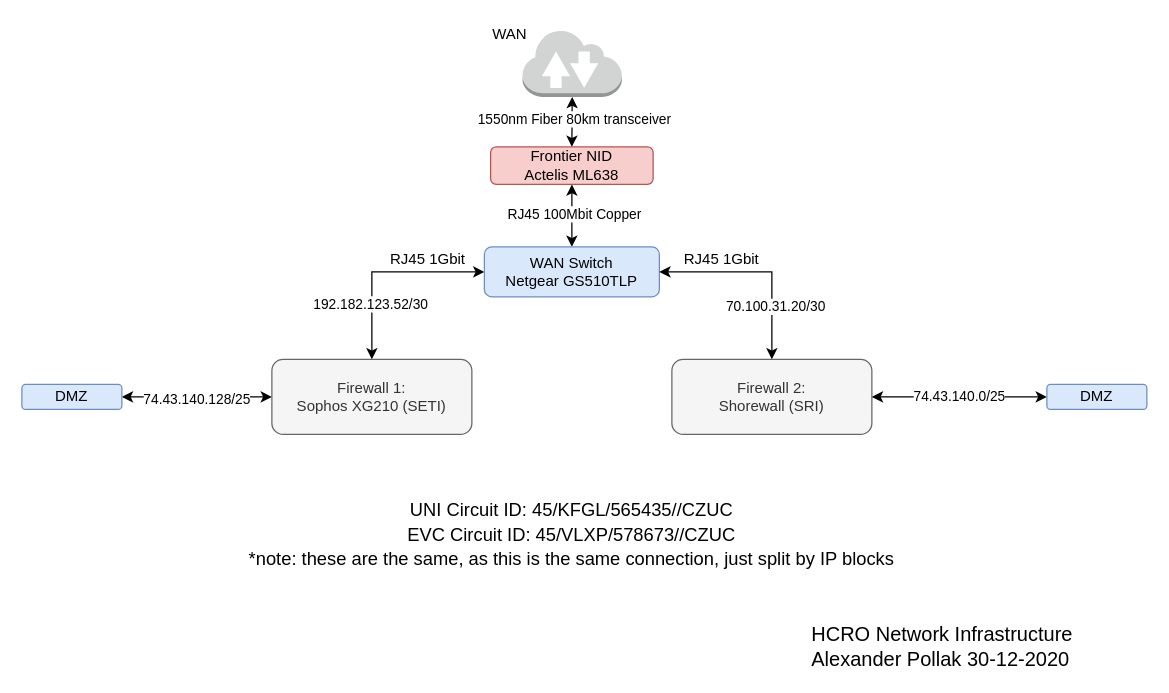
This is HCRO-Network-Infrastructure/Network-Config-Frontier.drawio from SETIatHCRO/Front-Page, a draw.io file, before an edit. Source tidied: cells renumbered, new cells numbered last; positions are measured from the earlier drawing's top-left corner, leaving out a move shared by most shapes. Both pictures are drawn from the tidied source at 125%, with x=0, y=0 at pixel (21, 21).
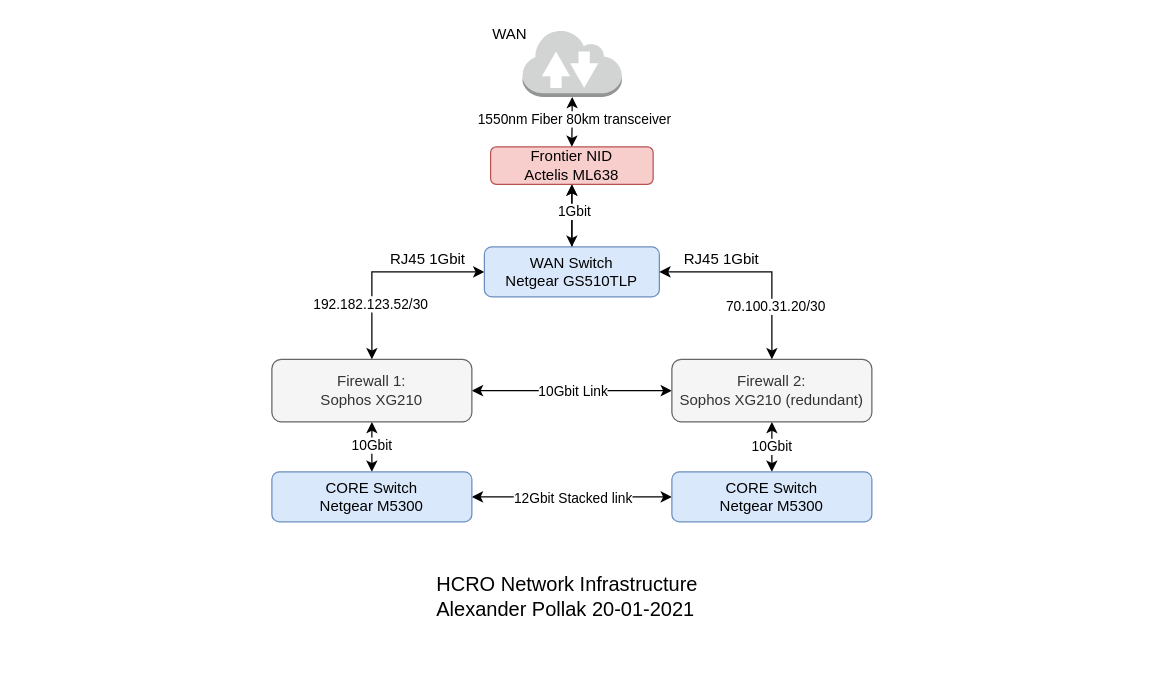
Above is the later version.

Commit message (it also covers changes not shown here):
updated network drawing WAN

The change refers to these unchanged cells:
```xml
<mxCell id="2" style="edgeStyle=none;rounded=0;jettySize=auto;html=1;exitX=0.5;exitY=1;exitDx=0;exitDy=0;exitPerimeter=0;entryX=0.5;entryY=0;entryDx=0;entryDy=0;startArrow=classic;startFill=1;" parent="1" edge="1" source="14" target="12">
  <mxGeometry relative="1" as="geometry" />
</mxCell>
<mxCell id="12" value="WAN Switch&lt;br&gt;Netgear GS510TLP" style="rounded=1;whiteSpace=wrap;html=1;fillColor=#dae8fc;strokeColor=#6c8ebf;" parent="1" vertex="1">
  <mxGeometry x="370" y="180" width="140" height="40" as="geometry" />
</mxCell>
<mxCell id="14" value="Frontier NID&lt;br&gt;Actelis ML638" style="rounded=1;whiteSpace=wrap;html=1;fillColor=#f8cecc;strokeColor=#b85450;" parent="1" vertex="1">
  <mxGeometry x="375" y="100" width="130" height="30" as="geometry" />
</mxCell>
```

What changed in the source:
```diff
@@
-    <mxCell id="3" value="RJ45 100Mbit Copper" style="edgeLabel;html=1;align=center;verticalAlign=middle;" parent="2" vertex="1">
-      <mxGeometry x="-0.08" y="1" relative="1" as="geometry" />
-    </mxCell>
@@
-    <mxCell id="5" style="edgeStyle=none;rounded=0;jettySize=auto;html=1;exitX=0;exitY=0.5;exitDx=0;exitDy=0;startArrow=classic;startFill=1;" parent="1" edge="1" source="7" target="11">
-      <mxGeometry relative="1" as="geometry" />
-    </mxCell>
-    <mxCell id="6" value="74.43.140.128/25" style="edgeLabel;html=1;align=center;verticalAlign=middle;" parent="5" vertex="1">
-      <mxGeometry x="0.01" y="1" relative="1" as="geometry" />
-    </mxCell>
+    <mxCell id="25" style="edgeStyle=orthogonalEdgeStyle;rounded=0;jettySize=auto;html=1;entryX=0;entryY=0.5;entryDx=0;entryDy=0;startArrow=classic;startFill=1;" parent="1" edge="1" source="7" target="17">
+      <mxGeometry relative="1" as="geometry" />
+    </mxCell>
+    <mxCell id="26" value="10Gbit Link" style="edgeLabel;html=1;align=center;verticalAlign=middle;" parent="25" vertex="1">
+      <mxGeometry x="-0.15" y="-1" relative="1" as="geometry">
+        <mxPoint x="12" y="-1" as="offset" />
+      </mxGeometry>
+    </mxCell>
+    <mxCell id="27" style="edgeStyle=orthogonalEdgeStyle;rounded=0;jettySize=auto;html=1;exitX=0.5;exitY=1;exitDx=0;exitDy=0;entryX=0.5;entryY=0;entryDx=0;entryDy=0;startArrow=classic;startFill=1;" parent="1" edge="1" source="7" target="34">
+      <mxGeometry relative="1" as="geometry" />
+    </mxCell>
+    <mxCell id="28" value="10Gbit" style="edgeLabel;html=1;align=center;verticalAlign=middle;" parent="27" vertex="1">
+      <mxGeometry x="-0.1" y="-1" relative="1" as="geometry" />
+    </mxCell>
-    <mxCell id="7" value="Firewall 1:&lt;br&gt;Sophos XG210 (SETI)" style="rounded=1;whiteSpace=wrap;html=1;fillColor=#f5f5f5;strokeColor=#666666;fontColor=#333333;" parent="1" vertex="1">
-      <mxGeometry x="200" y="270" width="160" height="60" as="geometry" />
+    <mxCell id="7" value="Firewall 1:&lt;br&gt;Sophos XG210" style="rounded=1;whiteSpace=wrap;html=1;fillColor=#f5f5f5;strokeColor=#666666;fontColor=#333333;" parent="1" vertex="1">
+      <mxGeometry x="200" y="270" width="160" height="50" as="geometry" />
     </mxCell>
@@
-    <mxCell id="11" value="DMZ" style="rounded=1;whiteSpace=wrap;html=1;fillColor=#dae8fc;strokeColor=#6c8ebf;" parent="1" vertex="1">
-      <mxGeometry y="290" width="80" height="20" as="geometry" />
-    </mxCell>
+    <mxCell id="29" style="edgeStyle=orthogonalEdgeStyle;rounded=0;jettySize=auto;html=1;" parent="1" edge="1" source="12" target="14">
+      <mxGeometry relative="1" as="geometry" />
+    </mxCell>
+    <mxCell id="30" value="1Gbit" style="edgeLabel;html=1;align=center;verticalAlign=middle;" parent="29" vertex="1">
+      <mxGeometry x="0.16" y="-1" relative="1" as="geometry" />
+    </mxCell>
@@
-    <mxCell id="13" value="HCRO Network Infrastructure&lt;br&gt;Alexander Pollak 30-12-2020" style="text;html=1;align=left;verticalAlign=middle;fontSize=16;" parent="1" vertex="1">
-      <mxGeometry x="630" y="480" width="220" height="40" as="geometry" />
+    <mxCell id="13" value="HCRO Network Infrastructure&lt;br&gt;Alexander Pollak 20-01-2021" style="text;html=1;align=left;verticalAlign=middle;fontSize=16;" parent="1" vertex="1">
+      <mxGeometry x="330.2" y="440" width="220" height="40" as="geometry" />
     </mxCell>
@@
+    <mxCell id="31" value="10Gbit" style="edgeStyle=orthogonalEdgeStyle;rounded=0;jettySize=auto;html=1;exitX=0.5;exitY=1;exitDx=0;exitDy=0;entryX=0.5;entryY=0;entryDx=0;entryDy=0;startArrow=classic;startFill=1;" parent="1" edge="1" source="17" target="35">
+      <mxGeometry relative="1" as="geometry" />
+    </mxCell>
-    <mxCell id="17" value="Firewall 2:&lt;br&gt;Shorewall (SRI)" style="rounded=1;whiteSpace=wrap;html=1;fillColor=#f5f5f5;strokeColor=#666666;fontColor=#333333;" parent="1" vertex="1">
-      <mxGeometry x="520" y="270" width="160" height="60" as="geometry" />
+    <mxCell id="17" value="Firewall 2:&lt;br&gt;Sophos XG210 (redundant)" style="rounded=1;whiteSpace=wrap;html=1;fillColor=#f5f5f5;strokeColor=#666666;fontColor=#333333;" parent="1" vertex="1">
+      <mxGeometry x="520" y="270" width="160" height="50" as="geometry" />
     </mxCell>
@@
-    <mxCell id="20" value="74.43.140.0/25" style="edgeStyle=orthogonalEdgeStyle;rounded=0;jettySize=auto;html=1;entryX=1;entryY=0.5;entryDx=0;entryDy=0;startArrow=classic;startFill=1;" parent="1" edge="1" source="21" target="17">
-      <mxGeometry relative="1" as="geometry" />
-    </mxCell>
-    <mxCell id="21" value="DMZ" style="rounded=1;whiteSpace=wrap;html=1;fillColor=#dae8fc;strokeColor=#6c8ebf;" parent="1" vertex="1">
-      <mxGeometry x="820" y="290" width="80" height="20" as="geometry" />
-    </mxCell>
@@
-    <mxCell id="24" value="&lt;p class=&quot;MsoNormal&quot; style=&quot;margin: 0cm ; font-size: 12pt ; font-family: &amp;#34;calibri&amp;#34; , sans-serif&quot;&gt;&lt;span style=&quot;font-size: 11pt&quot;&gt;UNI Circuit ID: 45/KFGL/565435//CZUC&lt;/span&gt;&lt;/p&gt;&lt;p class=&quot;MsoNormal&quot; style=&quot;margin: 0cm ; font-size: 12pt ; font-family: &amp;#34;calibri&amp;#34; , sans-serif&quot;&gt;&lt;span style=&quot;font-size: 11pt&quot;&gt;EVC Circuit ID: 45/VLXP/578673//CZUC&lt;/span&gt;&lt;/p&gt;&lt;span style=&quot;font-size: 11pt ; font-family: &amp;#34;calibri&amp;#34; , sans-serif&quot;&gt;*note: these are the same, as this is the same connection, just split by IP blocks&lt;/span&gt;&lt;span style=&quot;font-size: medium&quot;&gt;&lt;/span&gt;" style="text;html=1;strokeColor=none;fillColor=none;align=center;verticalAlign=middle;whiteSpace=wrap;rounded=0;" parent="1" vertex="1">
-      <mxGeometry x="115.2" y="400" width="650" height="20" as="geometry" />
-    </mxCell>
+    <mxCell id="32" style="edgeStyle=orthogonalEdgeStyle;rounded=0;jettySize=auto;html=1;exitX=1;exitY=0.5;exitDx=0;exitDy=0;entryX=0;entryY=0.5;entryDx=0;entryDy=0;startArrow=classic;startFill=1;" parent="1" edge="1" source="34" target="35">
+      <mxGeometry relative="1" as="geometry" />
+    </mxCell>
+    <mxCell id="33" value="12Gbit Stacked link" style="edgeLabel;html=1;align=center;verticalAlign=middle;" parent="32" vertex="1">
+      <mxGeometry x="0.2" y="-1" relative="1" as="geometry">
+        <mxPoint x="-16" y="-1" as="offset" />
+      </mxGeometry>
+    </mxCell>
+    <mxCell id="34" value="CORE Switch&lt;br&gt;Netgear M5300" style="rounded=1;whiteSpace=wrap;html=1;fillColor=#dae8fc;strokeColor=#6c8ebf;" parent="1" vertex="1">
+      <mxGeometry x="200" y="360" width="160" height="40" as="geometry" />
+    </mxCell>
+    <mxCell id="35" value="CORE Switch&lt;br&gt;Netgear M5300" style="rounded=1;whiteSpace=wrap;html=1;fillColor=#dae8fc;strokeColor=#6c8ebf;" parent="1" vertex="1">
+      <mxGeometry x="520" y="360" width="160" height="40" as="geometry" />
+    </mxCell>
```
